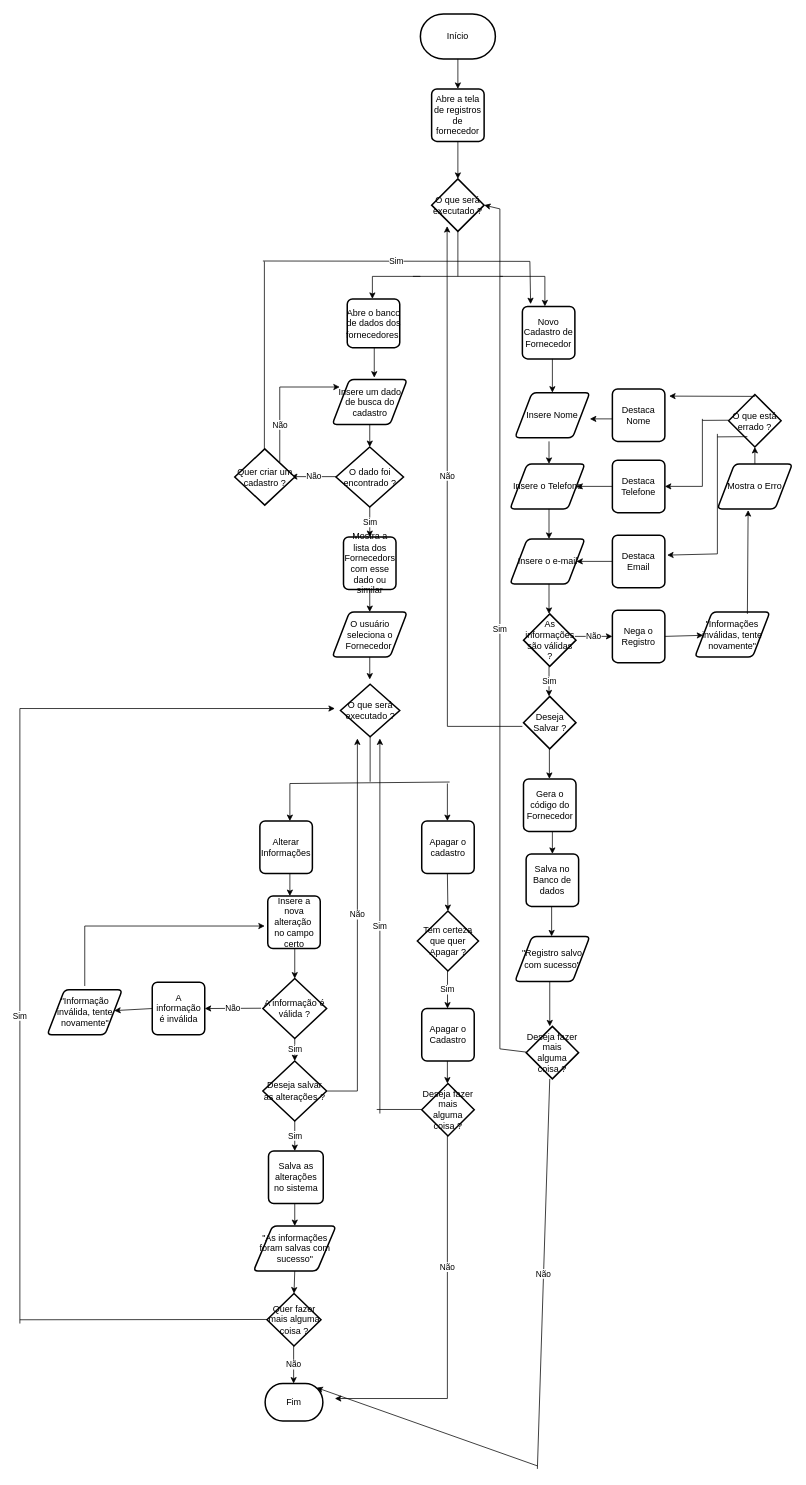
Before: page "Cadastro-de-Fornecedor" (5 of 14) of DOC/Fluxograma.drawio in GuilhermeIgarashi7/avatar-Fluxograma, a draw.io diagram. Source tidied: cells renumbered, new cells numbered last; positions are measured from the earlier drawing's top-left corner, leaving out a move shared by most shapes. Both pictures are drawn from the tidied source at 75%, with x=0, y=0 at pixel (20, 14).
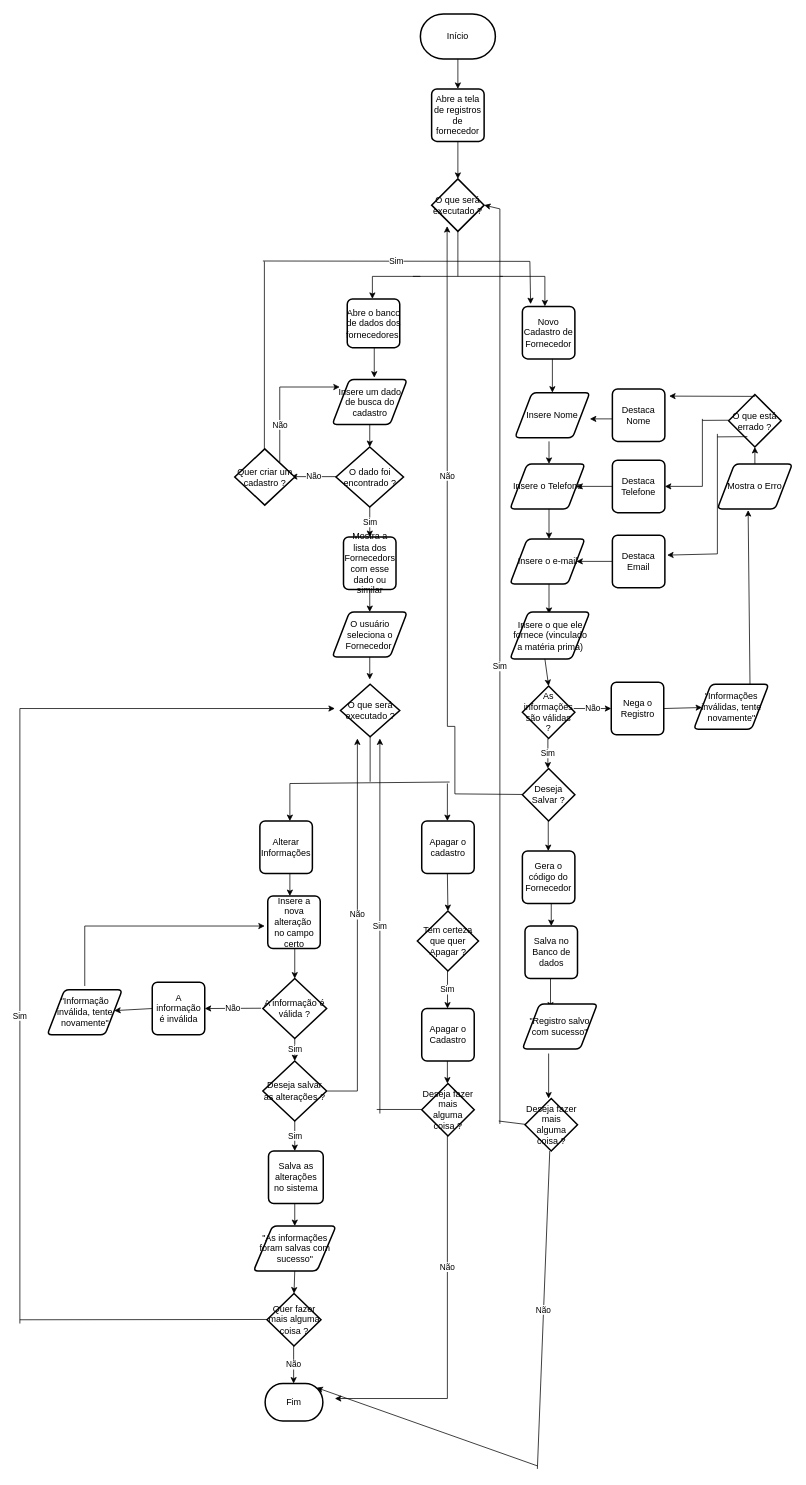
The same diagram, later.

The change refers to these unchanged cells:
```xml
<mxCell id="94" value="Mostra o Erro" style="shape=parallelogram;html=1;strokeWidth=2;perimeter=parallelogramPerimeter;whiteSpace=wrap;rounded=1;arcSize=12;size=0.23;" parent="1" vertex="1">
  <mxGeometry x="930" y="600" width="100" height="60" as="geometry" />
</mxCell>
```

What changed in the source:
```diff
@@
     <mxCell id="76" value="As informações são válidas ?" style="strokeWidth=2;html=1;shape=mxgraph.flowchart.decision;whiteSpace=wrap;" parent="1" vertex="1">
-      <mxGeometry x="671.5" y="800" width="70" height="70" as="geometry" />
+      <mxGeometry x="670" y="896.2" width="70" height="70" as="geometry" />
     </mxCell>
     <mxCell id="77" value="Sim" style="endArrow=classic;html=1;rounded=0;" parent="1" edge="1">
       <mxGeometry relative="1" as="geometry">
-        <mxPoint x="705.5" y="870" as="sourcePoint" />
-        <mxPoint x="705.5" y="910" as="targetPoint" />
+        <mxPoint x="704" y="966.2" as="sourcePoint" />
+        <mxPoint x="704" y="1006.2" as="targetPoint" />
       </mxGeometry>
     </mxCell>
     <mxCell id="78" value="Salva no Banco de dados" style="rounded=1;whiteSpace=wrap;html=1;absoluteArcSize=1;arcSize=14;strokeWidth=2;" parent="1" vertex="1">
-      <mxGeometry x="675" y="1120" width="70" height="70" as="geometry" />
+      <mxGeometry x="673.5" y="1216.2" width="70" height="70" as="geometry" />
     </mxCell>
     <mxCell id="79" style="endArrow=classic;html=1;rounded=0;" parent="1" edge="1">
       <mxGeometry relative="1" as="geometry">
-        <mxPoint x="709" y="1190" as="sourcePoint" />
-        <mxPoint x="709" y="1230" as="targetPoint" />
+        <mxPoint x="707.5" y="1286.2" as="sourcePoint" />
+        <mxPoint x="707.5" y="1326.2" as="targetPoint" />
       </mxGeometry>
     </mxCell>
     <mxCell id="80" value="&quot;Registro salvo com sucesso&quot;" style="shape=parallelogram;html=1;strokeWidth=2;perimeter=parallelogramPerimeter;whiteSpace=wrap;rounded=1;arcSize=12;size=0.23;" parent="1" vertex="1">
-      <mxGeometry x="660" y="1230" width="100" height="60" as="geometry" />
+      <mxGeometry x="670" y="1320" width="100" height="60" as="geometry" />
     </mxCell>
@@
     <mxCell id="82" value="Nega o Registro" style="rounded=1;whiteSpace=wrap;html=1;absoluteArcSize=1;arcSize=14;strokeWidth=2;" parent="1" vertex="1">
-      <mxGeometry x="790" y="795" width="70" height="70" as="geometry" />
+      <mxGeometry x="788.5" y="891.2" width="70" height="70" as="geometry" />
     </mxCell>
     <mxCell id="83" value="Não" style="endArrow=classic;html=1;rounded=0;entryX=0;entryY=0.5;entryDx=0;entryDy=0;" parent="1" edge="1" target="82">
       <mxGeometry relative="1" as="geometry">
-        <mxPoint x="740" y="830" as="sourcePoint" />
+        <mxPoint x="738.5" y="926.2" as="sourcePoint" />
       </mxGeometry>
     </mxCell>
     <mxCell id="84" value="Deseja Salvar ?" style="strokeWidth=2;html=1;shape=mxgraph.flowchart.decision;whiteSpace=wrap;" parent="1" vertex="1">
-      <mxGeometry x="671.5" y="910" width="70" height="70" as="geometry" />
+      <mxGeometry x="670" y="1006.2" width="70" height="70" as="geometry" />
     </mxCell>
     <mxCell id="85" style="endArrow=classic;html=1;rounded=0;" parent="1" edge="1">
       <mxGeometry relative="1" as="geometry">
-        <mxPoint x="706.5" y="1290" as="sourcePoint" />
-        <mxPoint x="706.5" y="1350" as="targetPoint" />
+        <mxPoint x="705" y="1386.2" as="sourcePoint" />
+        <mxPoint x="705" y="1446.2" as="targetPoint" />
       </mxGeometry>
     </mxCell>
     <mxCell id="86" value="Deseja fazer mais alguma coisa ?" style="strokeWidth=2;html=1;shape=mxgraph.flowchart.decision;whiteSpace=wrap;" parent="1" vertex="1">
-      <mxGeometry x="675" y="1350" width="70" height="70" as="geometry" />
+      <mxGeometry x="673.5" y="1446.2" width="70" height="70" as="geometry" />
     </mxCell>
     <mxCell id="87" value="Não" style="endArrow=none;html=1;rounded=0;" parent="1" edge="1">
       <mxGeometry relative="1" as="geometry">
         <mxPoint x="690" y="1940" as="sourcePoint" />
-        <mxPoint x="706.5" y="1420" as="targetPoint" />
+        <mxPoint x="706.5" y="1516.2" as="targetPoint" />
       </mxGeometry>
     </mxCell>
@@
     <mxCell id="89" style="endArrow=none;html=1;rounded=0;" parent="1" edge="1">
       <mxGeometry relative="1" as="geometry">
-        <mxPoint x="640" y="1380" as="sourcePoint" />
-        <mxPoint x="675" y="1384.3" as="targetPoint" />
+        <mxPoint x="638.5" y="1476.2" as="sourcePoint" />
+        <mxPoint x="673.5" y="1480.6" as="targetPoint" />
       </mxGeometry>
     </mxCell>
     <mxCell id="90" value="Sim" style="endArrow=none;html=1;rounded=0;" parent="1" edge="1">
       <mxGeometry relative="1" as="geometry">
-        <mxPoint x="640" y="1380" as="sourcePoint" />
+        <mxPoint x="640" y="1480" as="sourcePoint" />
         <mxPoint x="640" y="260" as="targetPoint" />
       </mxGeometry>
     </mxCell>
     <mxCell id="91" value="&quot;Informações inválidas, tente novamente&quot;" style="shape=parallelogram;html=1;strokeWidth=2;perimeter=parallelogramPerimeter;whiteSpace=wrap;rounded=1;arcSize=12;size=0.23;" parent="1" vertex="1">
-      <mxGeometry x="900" y="797.5" width="100" height="60" as="geometry" />
+      <mxGeometry x="898.5" y="893.8" width="100" height="60" as="geometry" />
     </mxCell>
     <mxCell id="92" style="endArrow=classic;html=1;rounded=0;" parent="1" edge="1" target="91">
       <mxGeometry relative="1" as="geometry">
-        <mxPoint x="860" y="830" as="sourcePoint" />
+        <mxPoint x="858.5" y="926.2" as="sourcePoint" />
       </mxGeometry>
     </mxCell>
-    <mxCell id="93" style="endArrow=classic;html=1;rounded=0;entryX=0.41;entryY=1.028;entryDx=0;entryDy=0;entryPerimeter=0;" parent="1" edge="1" target="94">
-      <mxGeometry relative="1" as="geometry">
-        <mxPoint x="970" y="800" as="sourcePoint" />
-      </mxGeometry>
+    <mxCell id="93" style="endArrow=classic;html=1;rounded=0;entryX=0.41;entryY=1.028;entryDx=0;entryDy=0;entryPerimeter=0;exitX=0.75;exitY=0;exitDx=0;exitDy=0;" parent="1" edge="1" source="91" target="94">
+      <mxGeometry relative="1" as="geometry" />
     </mxCell>
@@
     <mxCell id="110" style="endArrow=none;html=1;rounded=0;" parent="1" edge="1">
       <mxGeometry relative="1" as="geometry">
-        <mxPoint x="570" y="950" as="sourcePoint" />
-        <mxPoint x="670" y="950" as="targetPoint" />
+        <mxPoint x="580" y="1040" as="sourcePoint" />
+        <mxPoint x="670" y="1040.8" as="targetPoint" />
       </mxGeometry>
     </mxCell>
@@
     <mxCell id="116" style="endArrow=classic;html=1;rounded=0;" parent="1" edge="1">
       <mxGeometry relative="1" as="geometry">
-        <mxPoint x="706" y="980" as="sourcePoint" />
-        <mxPoint x="706" y="1020" as="targetPoint" />
+        <mxPoint x="704.5" y="1076.2" as="sourcePoint" />
+        <mxPoint x="704.5" y="1116.2" as="targetPoint" />
       </mxGeometry>
     </mxCell>
     <mxCell id="117" value="Gera o código do Fornecedor" style="rounded=1;whiteSpace=wrap;html=1;absoluteArcSize=1;arcSize=14;strokeWidth=2;" parent="1" vertex="1">
-      <mxGeometry x="671.5" y="1020" width="70" height="70" as="geometry" />
+      <mxGeometry x="670" y="1116.2" width="70" height="70" as="geometry" />
     </mxCell>
     <mxCell id="118" style="endArrow=classic;html=1;rounded=0;" parent="1" edge="1">
       <mxGeometry relative="1" as="geometry">
-        <mxPoint x="710" y="1090" as="sourcePoint" />
-        <mxPoint x="710" y="1120" as="targetPoint" />
+        <mxPoint x="708.5" y="1186.2" as="sourcePoint" />
+        <mxPoint x="708.5" y="1216.2" as="targetPoint" />
       </mxGeometry>
     </mxCell>
+    <mxCell id="119" value="Insere o que ele fornece (vinculado a matéria prima)" style="shape=parallelogram;html=1;strokeWidth=2;perimeter=parallelogramPerimeter;whiteSpace=wrap;rounded=1;arcSize=12;size=0.23;" parent="1" vertex="1">
+      <mxGeometry x="653.5" y="797.5" width="106.5" height="62.5" as="geometry" />
+    </mxCell>
+    <mxCell id="120" style="endArrow=classic;html=1;rounded=0;entryX=0.5;entryY=0;entryDx=0;entryDy=0;entryPerimeter=0;" parent="1" edge="1" target="76">
+      <mxGeometry relative="1" as="geometry">
+        <mxPoint x="700" y="860" as="sourcePoint" />
+      </mxGeometry>
+    </mxCell>
+    <mxCell id="121" style="endArrow=none;html=1;rounded=0;" parent="1" edge="1">
+      <mxGeometry relative="1" as="geometry">
+        <mxPoint x="580" y="1040" as="sourcePoint" />
+        <mxPoint x="580" y="950" as="targetPoint" />
+      </mxGeometry>
+    </mxCell>
+    <mxCell id="122" style="endArrow=none;html=1;rounded=0;" parent="1" edge="1">
+      <mxGeometry relative="1" as="geometry">
+        <mxPoint x="570" y="950" as="sourcePoint" />
+        <mxPoint x="580" y="950" as="targetPoint" />
+      </mxGeometry>
+    </mxCell>
```
